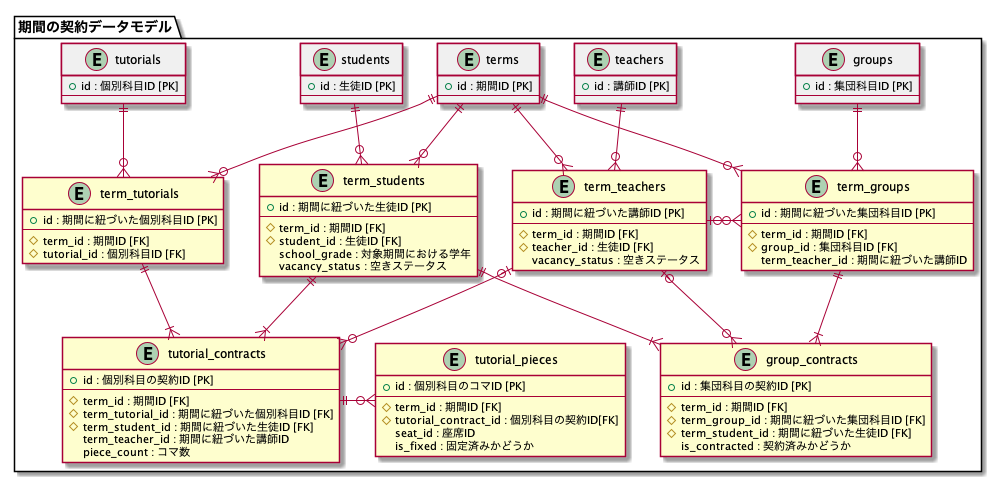
This is application/doc/term_contract_data_model.png from mass584/rakuraku_komagumi, a PlantUML export, as it was before one commit.
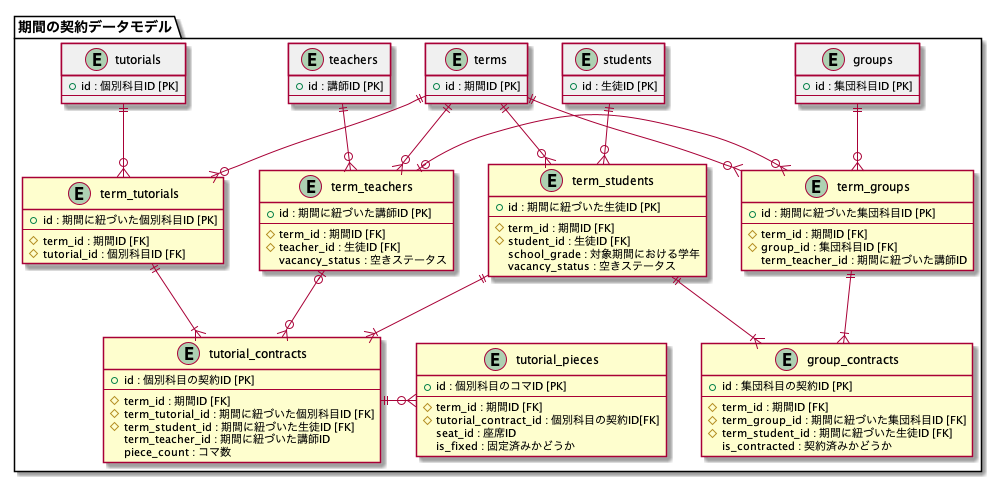
After the change.

Change to the diagram source:
```diff
@@ -98,9 +98,8 @@
 term_students ||-do-|{ tutorial_contracts
 term_students ||-do-|{ group_contracts
 term_teachers |o-do-o{ tutorial_contracts
-term_teachers |o-do-o{ group_contracts
+term_teachers |o-ri-o{ term_groups
 term_tutorials ||-do-|{ tutorial_contracts
 term_groups ||-do-|{ group_contracts
-term_groups }o-le-o| term_teachers
 tutorial_contracts ||-ri-o{ tutorial_pieces
 @enduml
```
